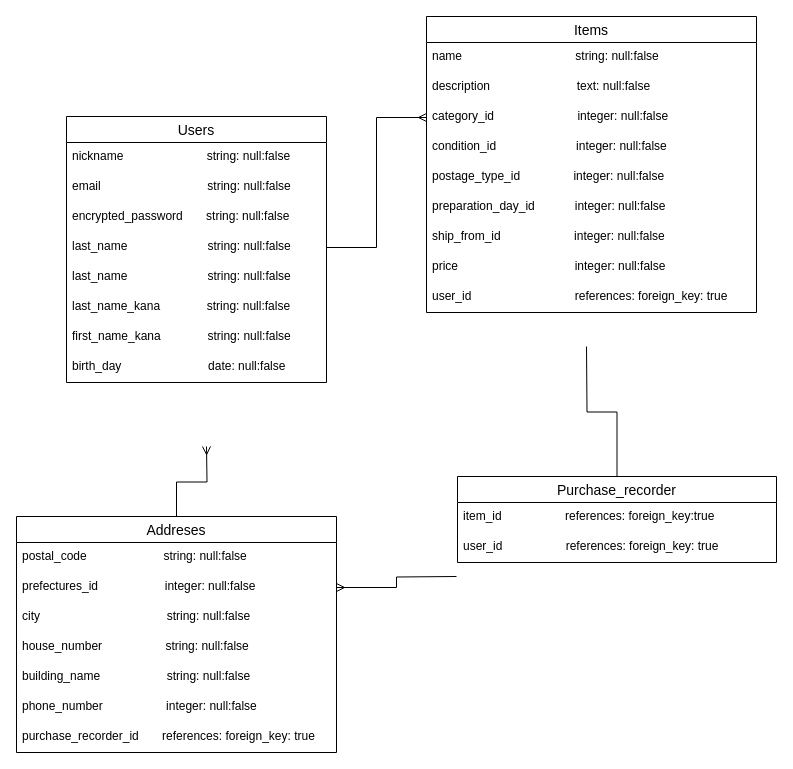
Before: furima.dio in OguraShota/furima-32084, a draw.io diagram. Source tidied: cells renumbered, new cells numbered last; positions are measured from the earlier drawing's top-left corner, leaving out a move shared by most shapes. Both pictures are drawn from the tidied source at 100%, with x=0, y=0 at pixel (16, 16).
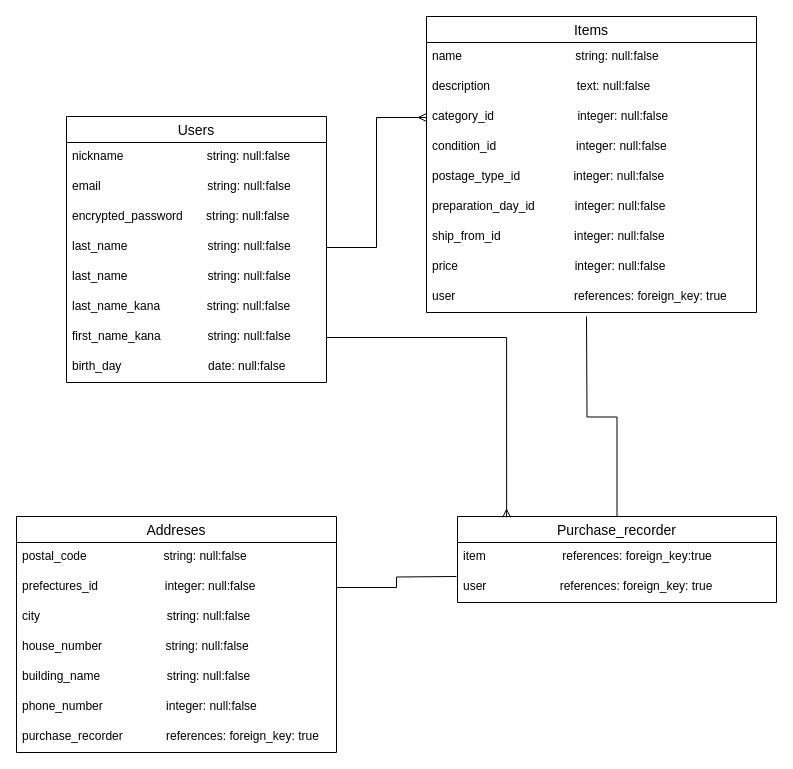
Above is the later version.

Commit message (it also covers changes not shown here):
DB設計の修正2

Unchanged cells that the change refers to:
```xml
<mxCell id="2" value="Items" style="swimlane;fontStyle=0;horizontal=1;startSize=26;align=center;fontSize=14;" parent="1" vertex="1">
  <mxGeometry x="410" width="330" height="296" as="geometry" />
</mxCell>
<mxCell id="20" value="first_name_kana              string: null:false" style="text;strokeColor=none;fillColor=none;spacingLeft=4;spacingRight=4;overflow=hidden;points=[[0,0.5],[1,0.5]];portConstraint=eastwest;fontSize=12;" parent="13" vertex="1">
  <mxGeometry y="206" width="260" height="30" as="geometry" />
</mxCell>
<mxCell id="27" value="Addreses" style="swimlane;fontStyle=0;horizontal=1;startSize=26;align=center;fontSize=14;" parent="1" vertex="1">
  <mxGeometry y="500" width="320" height="236" as="geometry" />
</mxCell>
<mxCell id="29" value="prefectures_id                    integer: null:false" style="text;strokeColor=none;fillColor=none;spacingLeft=4;spacingRight=4;overflow=hidden;points=[[0,0.5],[1,0.5]];portConstraint=eastwest;fontSize=12;" parent="27" vertex="1">
  <mxGeometry y="56" width="320" height="30" as="geometry" />
</mxCell>
```

Diff of the diagram source:
```diff
@@
-    <mxCell id="11" value="user_id                               references: foreign_key: true" style="text;strokeColor=none;fillColor=none;spacingLeft=4;spacingRight=4;overflow=hidden;fontSize=12;" parent="2" vertex="1">
+    <mxCell id="11" value="user　                                references: foreign_key: true" style="text;strokeColor=none;fillColor=none;spacingLeft=4;spacingRight=4;overflow=hidden;fontSize=12;" parent="2" vertex="1">
       <mxGeometry y="266" width="330" height="30" as="geometry" />
     </mxCell>
@@
     <mxCell id="22" style="edgeStyle=orthogonalEdgeStyle;rounded=0;jettySize=auto;html=1;exitX=0.5;exitY=0;exitDx=0;exitDy=0;startArrow=none;startFill=0;endArrow=none;endFill=0;" parent="1" edge="1" source="23">
       <mxGeometry relative="1" as="geometry">
-        <mxPoint x="570" y="330" as="targetPoint" />
+        <mxPoint x="570" y="300" as="targetPoint" />
       </mxGeometry>
     </mxCell>
-    <mxCell id="23" value="Purchase_recorder" style="swimlane;fontStyle=0;horizontal=1;startSize=26;align=center;fontSize=14;" parent="1" vertex="1">
-      <mxGeometry x="441" y="460" width="319" height="86" as="geometry" />
-    </mxCell>
-    <mxCell id="24" value="item_id                   references: foreign_key:true" style="text;strokeColor=none;fillColor=none;spacingLeft=4;spacingRight=4;overflow=hidden;fontSize=12;" parent="23" vertex="1">
-      <mxGeometry y="26" width="319" height="30" as="geometry" />
-    </mxCell>
-    <mxCell id="25" value="user_id                   references: foreign_key: true" style="text;strokeColor=none;fillColor=none;spacingLeft=4;spacingRight=4;overflow=hidden;fontSize=12;" parent="23" vertex="1">
-      <mxGeometry y="56" width="319" height="30" as="geometry" />
-    </mxCell>
-    <mxCell id="26" style="edgeStyle=orthogonalEdgeStyle;rounded=0;jettySize=auto;html=1;exitX=0.5;exitY=0;exitDx=0;exitDy=0;startArrow=none;startFill=0;endArrow=ERmany;endFill=0;" parent="1" edge="1" source="27">
-      <mxGeometry relative="1" as="geometry">
-        <mxPoint x="190" y="430" as="targetPoint" />
-      </mxGeometry>
-    </mxCell>
@@
-    <mxCell id="34" value="purchase_recorder_id       references: foreign_key: true&#10;    " style="text;strokeColor=none;fillColor=none;spacingLeft=4;spacingRight=4;overflow=hidden;fontSize=12;" parent="27" vertex="1">
+    <mxCell id="34" value="purchase_recorder             references: foreign_key: true&#10;    " style="text;strokeColor=none;fillColor=none;spacingLeft=4;spacingRight=4;overflow=hidden;fontSize=12;" parent="27" vertex="1">
       <mxGeometry y="206" width="320" height="30" as="geometry" />
     </mxCell>
-    <mxCell id="35" style="edgeStyle=orthogonalEdgeStyle;rounded=0;jettySize=auto;html=1;exitX=1;exitY=0.5;exitDx=0;exitDy=0;startArrow=ERmany;startFill=0;endArrow=none;endFill=0;" parent="1" edge="1" source="29">
+    <mxCell id="35" style="edgeStyle=orthogonalEdgeStyle;rounded=0;jettySize=auto;html=1;exitX=1;exitY=0.5;exitDx=0;exitDy=0;startArrow=none;startFill=0;endArrow=none;endFill=0;" parent="1" edge="1" source="29">
       <mxGeometry relative="1" as="geometry">
         <mxPoint x="440" y="560" as="targetPoint" />
       </mxGeometry>
     </mxCell>
+    <mxCell id="23" value="Purchase_recorder" style="swimlane;fontStyle=0;horizontal=1;startSize=26;align=center;fontSize=14;" parent="1" vertex="1">
+      <mxGeometry x="441" y="500" width="319" height="86" as="geometry" />
+    </mxCell>
+    <mxCell id="24" value="item                       references: foreign_key:true" style="text;strokeColor=none;fillColor=none;spacingLeft=4;spacingRight=4;overflow=hidden;fontSize=12;" parent="23" vertex="1">
+      <mxGeometry y="26" width="319" height="30" as="geometry" />
+    </mxCell>
+    <mxCell id="25" value="user                      references: foreign_key: true" style="text;strokeColor=none;fillColor=none;spacingLeft=4;spacingRight=4;overflow=hidden;fontSize=12;" parent="23" vertex="1">
+      <mxGeometry y="56" width="319" height="30" as="geometry" />
+    </mxCell>
+    <mxCell id="36" style="edgeStyle=orthogonalEdgeStyle;rounded=0;jettySize=auto;html=1;exitX=1;exitY=0.5;exitDx=0;exitDy=0;entryX=0.154;entryY=0.011;entryDx=0;entryDy=0;entryPerimeter=0;startArrow=none;startFill=0;endArrow=ERmany;endFill=0;" parent="1" edge="1" source="20" target="23">
+      <mxGeometry relative="1" as="geometry">
+        <Array as="points">
+          <mxPoint x="490" y="321" />
+        </Array>
+      </mxGeometry>
+    </mxCell>
```
